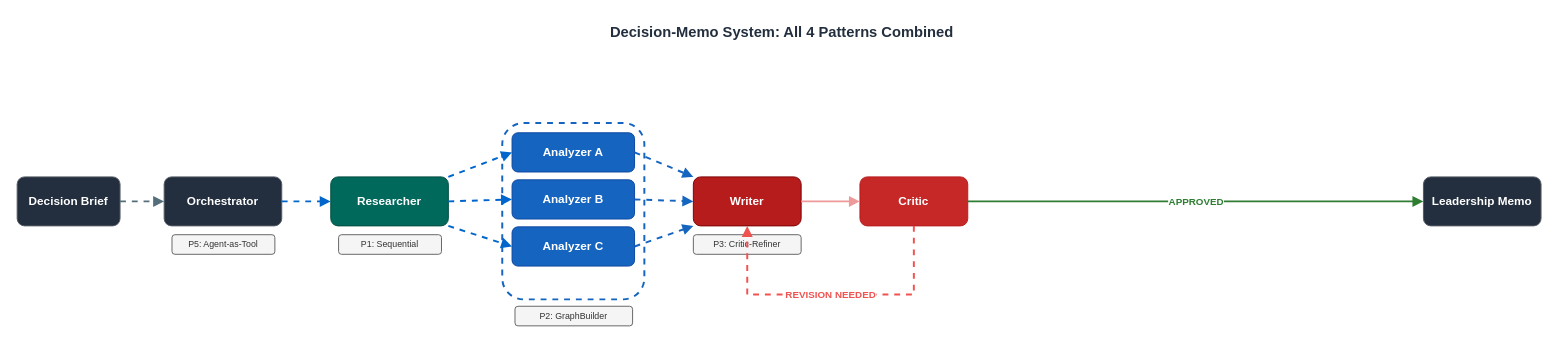
Before: samples/08-capstone/architecture.drawio in aws-samples/sample-multi-agent-systems-with-strands-workshop, a draw.io diagram. Source tidied: cells renumbered, new cells numbered last; positions are measured from the earlier drawing's top-left corner, leaving out a move shared by most shapes. Both pictures are drawn from the tidied source at 98%, with x=0, y=0 at pixel (17, 17).
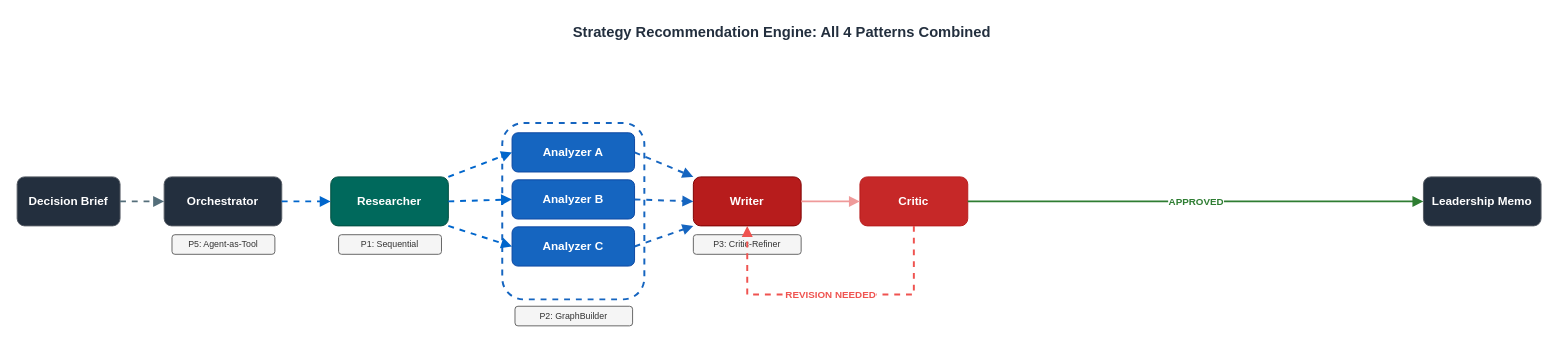
After the change.

What changed in the source:
```diff
@@
-    <mxCell id="2" value="Decision-Memo System: All 4 Patterns Combined" style="text;html=1;strokeColor=none;fillColor=none;align=center;fontSize=15;fontStyle=1;fontColor=#232F3E;" parent="1" vertex="1">
+    <mxCell id="2" value="Strategy Recommendation Engine: All 4 Patterns Combined" style="text;html=1;strokeColor=none;fillColor=none;align=center;fontSize=15;fontStyle=1;fontColor=#232F3E;" parent="1" vertex="1">
       <mxGeometry x="130" width="1300" height="28" as="geometry" />
     </mxCell>
```
